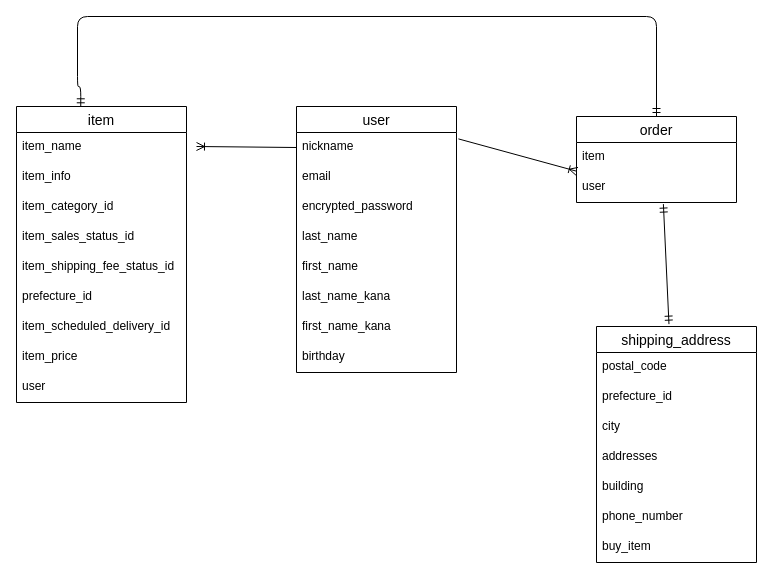
Above: er.dio in D0lph1n25/furima-39574 (draw.io), before the change. Source tidied: cells renumbered, new cells numbered last; positions are measured from the earlier drawing's top-left corner, leaving out a move shared by most shapes. Both pictures are drawn from the tidied source at 100%, with x=0, y=0 at pixel (16, 16).
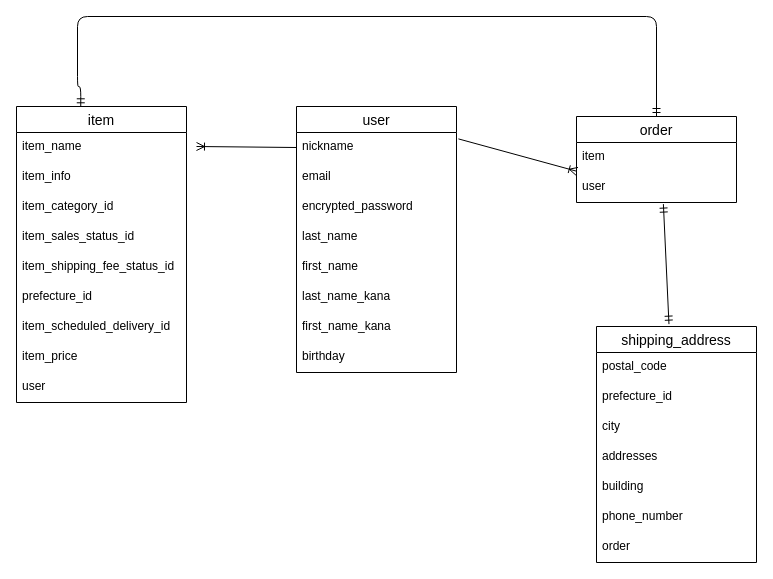
The same page after the edit.

Commit message (it also covers changes not shown here):
テストコード　order_shipping_address

Unchanged cells that the change refers to:
```xml
<mxCell id="21" value="shipping_address" style="swimlane;fontStyle=0;horizontal=1;startSize=26;align=center;fontSize=14;" parent="1" vertex="1">
  <mxGeometry x="580" y="310" width="160" height="236" as="geometry" />
</mxCell>
```

What changed in the source:
```diff
@@
-    <mxCell id="28" value="buy_item" style="text;strokeColor=none;fillColor=none;spacingLeft=4;spacingRight=4;overflow=hidden;fontSize=12;" parent="21" vertex="1">
+    <mxCell id="28" value="order" style="text;strokeColor=none;fillColor=none;spacingLeft=4;spacingRight=4;overflow=hidden;fontSize=12;" parent="21" vertex="1">
       <mxGeometry y="206" width="160" height="30" as="geometry" />
     </mxCell>
```
